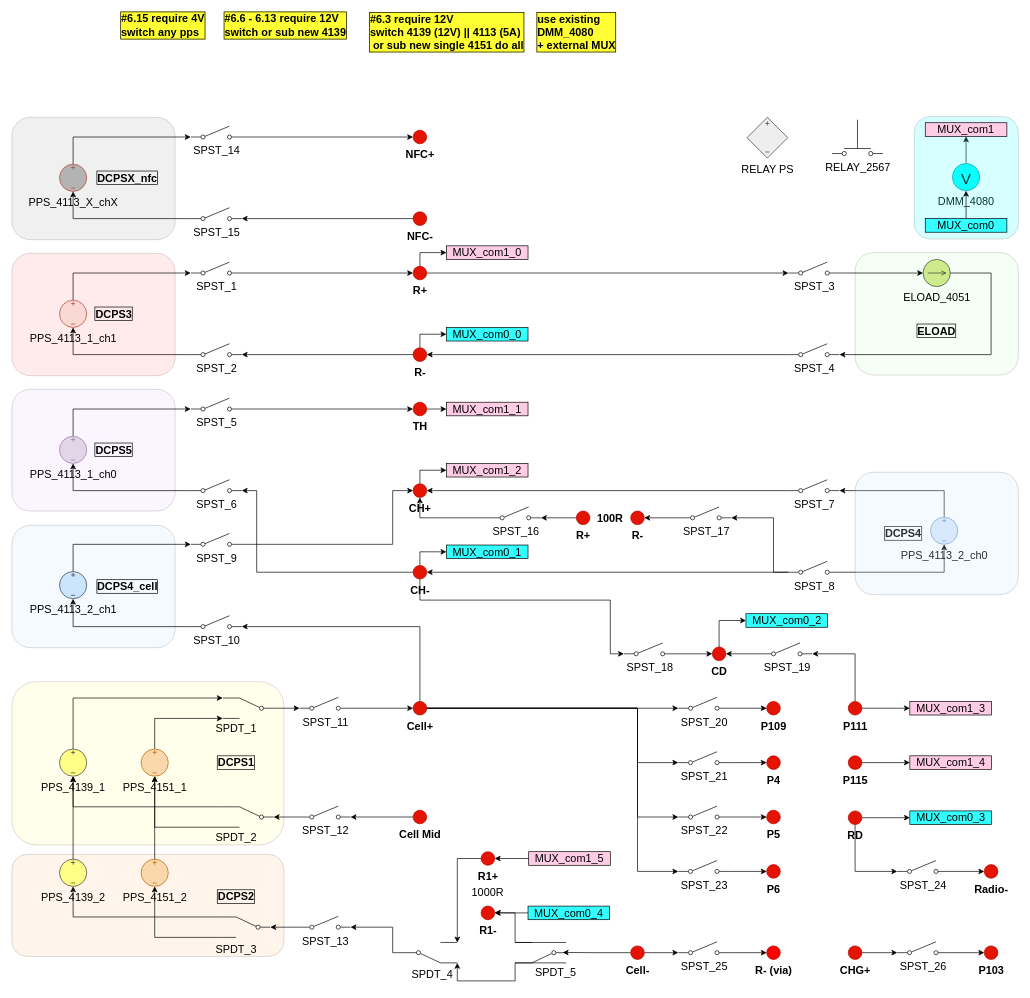
ktlim-xy/draw-io keeps this draw.io diagram as BMS_device_B.drawio. Above is the earlier version. Source tidied: cells renumbered, new cells numbered last; positions are measured from the earlier drawing's top-left corner, leaving out a move shared by most shapes. Both pictures are drawn from the tidied source at 68%, with x=0, y=0 at pixel (12, 12).
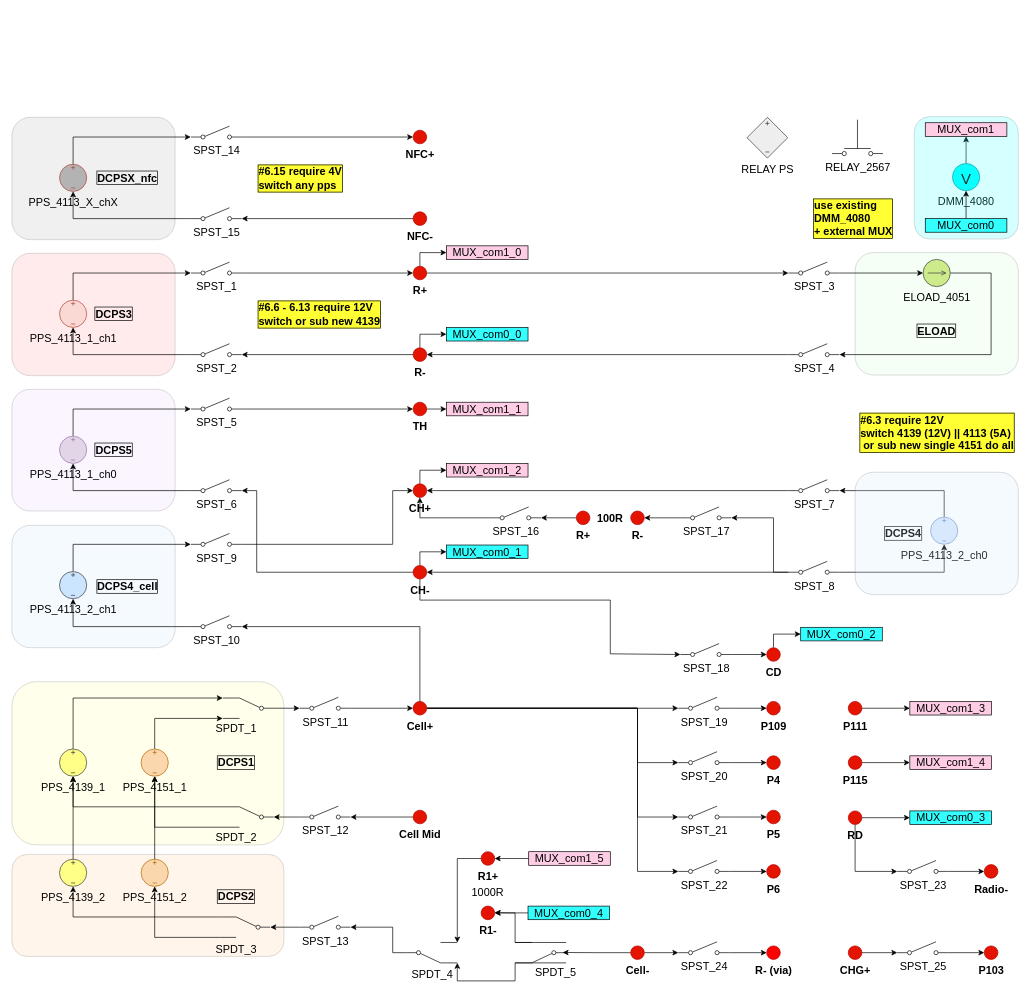
After the change.

The change refers to these unchanged cells:
```xml
<mxCell id="104" value="P111" style="verticalLabelPosition=bottom;shadow=0;dashed=0;align=center;html=1;verticalAlign=top;strokeWidth=1;shape=ellipse;perimeter=ellipsePerimeter;fillColor=#e51400;fontColor=light-dark(#000000,#FF0000);strokeColor=#B20000;fontSize=16;fontStyle=1;" parent="1" vertex="1">
  <mxGeometry x="1230" y="1013" width="20" height="20" as="geometry" />
</mxCell>
```

Diff of the diagram source:
```diff
@@
-    <mxCell id="13" value="SPST_20" style="html=1;shape=mxgraph.electrical.electro-mechanical.singleSwitch;elSwitchState=off;verticalAlign=top;labelPosition=center;verticalLabelPosition=bottom;align=center;fontSize=16;" parent="1" vertex="1">
+    <mxCell id="13" value="SPST_19" style="html=1;shape=mxgraph.electrical.electro-mechanical.singleSwitch;elSwitchState=off;verticalAlign=top;labelPosition=center;verticalLabelPosition=bottom;align=center;fontSize=16;" parent="1" vertex="1">
       <mxGeometry x="980" y="1007" width="75" height="20" as="geometry" />
     </mxCell>
@@
-    <mxCell id="21" value="SPST_21" style="html=1;shape=mxgraph.electrical.electro-mechanical.singleSwitch;elSwitchState=off;verticalAlign=top;labelPosition=center;verticalLabelPosition=bottom;align=center;fontSize=16;" parent="1" vertex="1">
+    <mxCell id="21" value="SPST_20" style="html=1;shape=mxgraph.electrical.electro-mechanical.singleSwitch;elSwitchState=off;verticalAlign=top;labelPosition=center;verticalLabelPosition=bottom;align=center;fontSize=16;" parent="1" vertex="1">
       <mxGeometry x="980" y="1087" width="75" height="20" as="geometry" />
     </mxCell>
@@
-    <mxCell id="23" value="SPST_22" style="html=1;shape=mxgraph.electrical.electro-mechanical.singleSwitch;elSwitchState=off;labelPosition=center;verticalLabelPosition=bottom;align=center;verticalAlign=top;fontSize=16;" parent="1" vertex="1">
+    <mxCell id="23" value="SPST_21" style="html=1;shape=mxgraph.electrical.electro-mechanical.singleSwitch;elSwitchState=off;labelPosition=center;verticalLabelPosition=bottom;align=center;verticalAlign=top;fontSize=16;" parent="1" vertex="1">
       <mxGeometry x="980" y="1167" width="75" height="20" as="geometry" />
     </mxCell>
@@
-    <mxCell id="103" style="edgeStyle=orthogonalEdgeStyle;rounded=0;jettySize=auto;html=1;exitX=0.5;exitY=0;exitDx=0;exitDy=0;entryX=1;entryY=0.8;entryDx=0;entryDy=0;" parent="1" edge="1" source="104" target="177">
-      <mxGeometry relative="1" as="geometry" />
-    </mxCell>
@@
-    <mxCell id="127" value="SPST_23" style="html=1;shape=mxgraph.electrical.electro-mechanical.singleSwitch;elSwitchState=off;labelPosition=center;verticalLabelPosition=bottom;align=center;verticalAlign=top;fontSize=16;" parent="1" vertex="1">
+    <mxCell id="127" value="SPST_22" style="html=1;shape=mxgraph.electrical.electro-mechanical.singleSwitch;elSwitchState=off;labelPosition=center;verticalLabelPosition=bottom;align=center;verticalAlign=top;fontSize=16;" parent="1" vertex="1">
       <mxGeometry x="980" y="1247" width="75" height="20" as="geometry" />
     </mxCell>
@@
-    <mxCell id="130" value="SPST_26" style="html=1;shape=mxgraph.electrical.electro-mechanical.singleSwitch;elSwitchState=off;labelPosition=center;verticalLabelPosition=bottom;align=center;verticalAlign=top;fontSize=16;" parent="1" vertex="1">
+    <mxCell id="130" value="SPST_25" style="html=1;shape=mxgraph.electrical.electro-mechanical.singleSwitch;elSwitchState=off;labelPosition=center;verticalLabelPosition=bottom;align=center;verticalAlign=top;fontSize=16;" parent="1" vertex="1">
       <mxGeometry x="1302" y="1366.5" width="75" height="20" as="geometry" />
     </mxCell>
@@
-    <mxCell id="152" value="SPST_25" style="html=1;shape=mxgraph.electrical.electro-mechanical.singleSwitch;elSwitchState=off;labelPosition=center;verticalLabelPosition=bottom;align=center;verticalAlign=top;fontSize=16;" parent="1" vertex="1">
+    <mxCell id="152" value="SPST_24" style="html=1;shape=mxgraph.electrical.electro-mechanical.singleSwitch;elSwitchState=off;labelPosition=center;verticalLabelPosition=bottom;align=center;verticalAlign=top;fontSize=16;" parent="1" vertex="1">
       <mxGeometry x="980" y="1366.5" width="75" height="20" as="geometry" />
     </mxCell>
@@
     <mxCell id="154" value="#6.6 - 6.13 require 12V&lt;br&gt;switch or sub new 4139" style="text;html=1;whiteSpace=wrap;strokeColor=none;fillColor=none;align=left;verticalAlign=middle;rounded=0;fontStyle=1;fontColor=#000000;fontSize=16;labelBorderColor=default;labelBackgroundColor=#FFFF33;" parent="1" vertex="1">
-      <mxGeometry x="310" y="4" width="230" height="30" as="geometry" />
+      <mxGeometry x="360" y="429" width="230" height="30" as="geometry" />
     </mxCell>
     <mxCell id="155" value="#6.15 require 4V&lt;div&gt;switch any pps&lt;/div&gt;" style="text;html=1;whiteSpace=wrap;strokeColor=none;fillColor=none;align=left;verticalAlign=middle;rounded=0;fontStyle=1;fontColor=#000000;fontSize=16;labelBorderColor=default;labelBackgroundColor=#FFFF33;" parent="1" vertex="1">
-      <mxGeometry x="158" y="4" width="180" height="30" as="geometry" />
+      <mxGeometry x="360" y="229" width="180" height="30" as="geometry" />
     </mxCell>
     <mxCell id="156" value="#6.3 require 12V&lt;br&gt;switch 4139 (12V) || 4113 (5A)&lt;br&gt;&amp;nbsp;or sub new single 4151 do all" style="text;html=1;whiteSpace=wrap;strokeColor=none;fillColor=none;align=left;verticalAlign=middle;rounded=0;fontStyle=1;fontColor=#000000;fontSize=16;labelBorderColor=default;labelBackgroundColor=#FFFF33;" parent="1" vertex="1">
-      <mxGeometry x="524" y="4" width="235" height="49" as="geometry" />
+      <mxGeometry x="1245" y="593" width="235" height="49" as="geometry" />
     </mxCell>
     <mxCell id="157" value="use existing&lt;br&gt;DMM_4080&amp;nbsp;&lt;div&gt;+ external MUX&lt;/div&gt;" style="text;html=1;whiteSpace=wrap;strokeColor=none;fillColor=none;align=left;verticalAlign=middle;rounded=0;fontStyle=1;fontColor=#000000;fontSize=16;labelBorderColor=default;labelBackgroundColor=#FFFF33;" parent="1" vertex="1">
-      <mxGeometry x="770" y="-0.5" width="160" height="58" as="geometry" />
+      <mxGeometry x="1177" y="274" width="160" height="58" as="geometry" />
     </mxCell>
@@
     <mxCell id="169" value="CD" style="verticalLabelPosition=bottom;shadow=0;dashed=0;align=center;html=1;verticalAlign=top;strokeWidth=1;shape=ellipse;perimeter=ellipsePerimeter;fillColor=#e51400;fontColor=light-dark(#000000,#FF0000);strokeColor=#B20000;fontSize=16;fontStyle=1;" parent="1" vertex="1">
-      <mxGeometry x="1030" y="933" width="20" height="20" as="geometry" />
+      <mxGeometry x="1110" y="934" width="20" height="20" as="geometry" />
     </mxCell>
@@
     <mxCell id="171" value="SPST_18" style="html=1;shape=mxgraph.electrical.electro-mechanical.singleSwitch;elSwitchState=off;verticalAlign=top;labelPosition=center;verticalLabelPosition=bottom;align=center;fontSize=16;" parent="1" vertex="1">
-      <mxGeometry x="900" y="927" width="75" height="20" as="geometry" />
+      <mxGeometry x="983" y="928" width="75" height="20" as="geometry" />
     </mxCell>
     <mxCell id="172" value="MUX_com0_2" style="rounded=0;whiteSpace=wrap;html=1;fillColor=#33FFFF;fontSize=16;" parent="1" vertex="1">
-      <mxGeometry x="1079.5" y="884" width="120" height="20" as="geometry" />
+      <mxGeometry x="1160" y="904" width="120" height="20" as="geometry" />
     </mxCell>
@@
-    <mxCell id="175" value="SPST_24" style="html=1;shape=mxgraph.electrical.electro-mechanical.singleSwitch;elSwitchState=off;verticalAlign=top;labelPosition=center;verticalLabelPosition=bottom;align=center;fontSize=16;" parent="1" vertex="1">
+    <mxCell id="175" value="SPST_23" style="html=1;shape=mxgraph.electrical.electro-mechanical.singleSwitch;elSwitchState=off;verticalAlign=top;labelPosition=center;verticalLabelPosition=bottom;align=center;fontSize=16;" parent="1" vertex="1">
       <mxGeometry x="1302" y="1247" width="75" height="20" as="geometry" />
     </mxCell>
-    <mxCell id="176" style="edgeStyle=orthogonalEdgeStyle;rounded=0;jettySize=auto;html=1;exitX=0;exitY=0.8;exitDx=0;exitDy=0;entryX=1;entryY=0.5;entryDx=0;entryDy=0;" parent="1" edge="1" source="177" target="169">
-      <mxGeometry relative="1" as="geometry" />
-    </mxCell>
-    <mxCell id="177" value="SPST_19" style="html=1;shape=mxgraph.electrical.electro-mechanical.singleSwitch;elSwitchState=off;verticalAlign=top;labelPosition=center;verticalLabelPosition=bottom;align=center;fontSize=16;" parent="1" vertex="1">
-      <mxGeometry x="1102" y="927" width="75" height="20" as="geometry" />
-    </mxCell>
```
